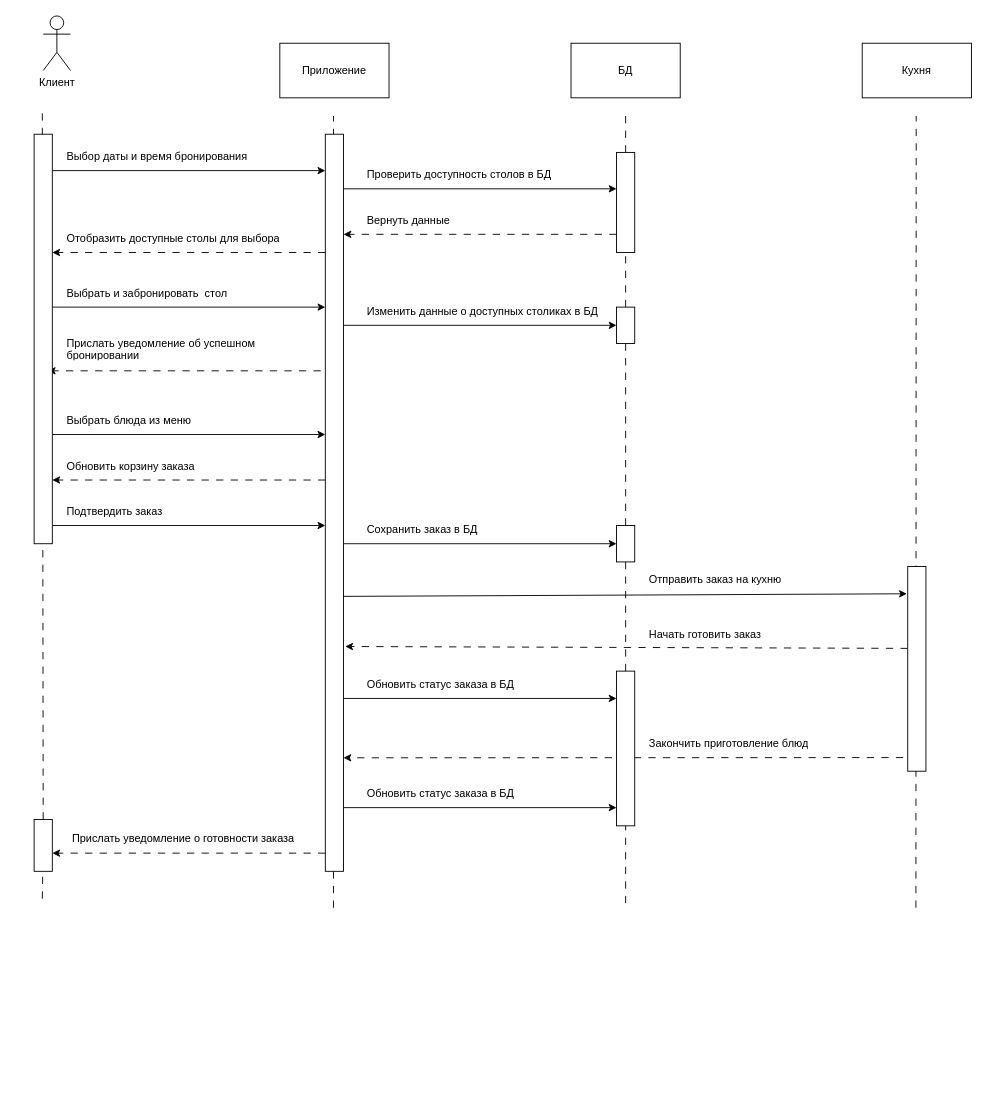
Earlier version of the draw.io diagram Диаграмма последовательности.drawio (kilnis/DS-Projects). Source tidied: cells renumbered, new cells numbered last; positions are measured from the earlier drawing's top-left corner, leaving out a move shared by most shapes. Both pictures are drawn from the tidied source at 91%, with x=0, y=0 at pixel (34, 15).
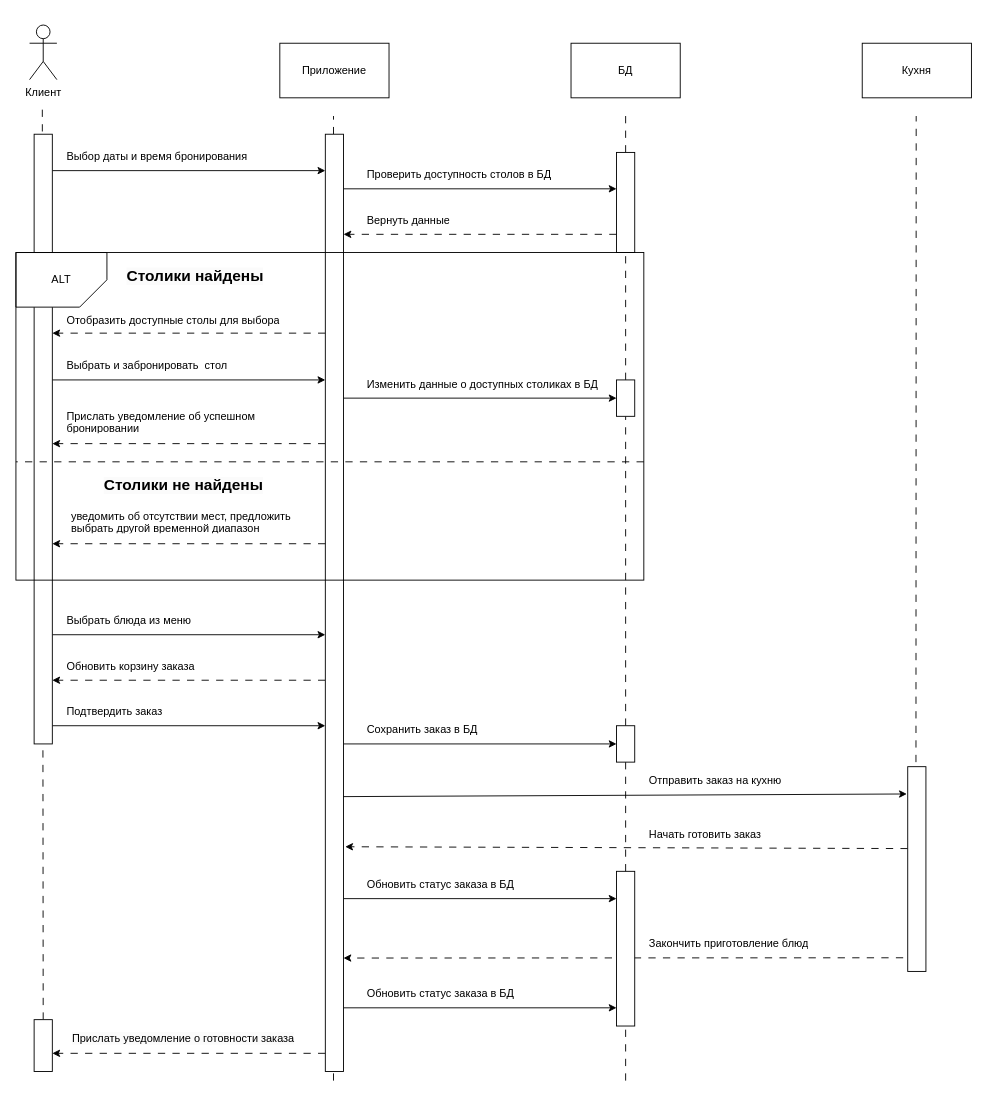
Above is the later version.

Diff of the diagram source:
```diff
@@
     <mxCell id="3" style="endArrow=none;html=1;rounded=0;dashed=1;dashPattern=8 8;" parent="1" edge="1">
       <mxGeometry relative="1" as="geometry">
-        <mxPoint x="329" y="980" as="sourcePoint" />
+        <mxPoint x="329" y="1170" as="sourcePoint" />
         <mxPoint x="329" y="110" as="targetPoint" />
       </mxGeometry>
     </mxCell>
     <mxCell id="4" value="Клиент" style="shape=umlActor;verticalLabelPosition=bottom;verticalAlign=top;html=1;" parent="1" vertex="1">
-      <mxGeometry x="10" width="30" height="60" as="geometry" />
+      <mxGeometry x="-5" y="10" width="30" height="60" as="geometry" />
     </mxCell>
@@
     <mxCell id="14" style="endArrow=classic;html=1;rounded=0;dashed=1;dashPattern=8 8;" parent="1" edge="1">
       <mxGeometry relative="1" as="geometry">
-        <mxPoint x="320" y="260" as="sourcePoint" />
-        <mxPoint x="20" y="260" as="targetPoint" />
+        <mxPoint x="320" y="348.6" as="sourcePoint" />
+        <mxPoint x="20" y="348.6" as="targetPoint" />
       </mxGeometry>
     </mxCell>
     <mxCell id="15" value="Отобразить доступные столы для выбора" style="text;strokeColor=none;fillColor=none;align=left;verticalAlign=middle;spacingLeft=4;spacingRight=4;overflow=hidden;whiteSpace=wrap;html=1;" parent="1" vertex="1">
-      <mxGeometry x="30" y="230" width="270" height="30" as="geometry" />
+      <mxGeometry x="30" y="320" width="270" height="30" as="geometry" />
     </mxCell>
     <mxCell id="16" style="endArrow=classic;html=1;rounded=0;" parent="1" edge="1">
       <mxGeometry relative="1" as="geometry">
-        <mxPoint x="20" y="320" as="sourcePoint" />
-        <mxPoint x="320" y="320" as="targetPoint" />
+        <mxPoint x="20" y="400" as="sourcePoint" />
+        <mxPoint x="320" y="400" as="targetPoint" />
       </mxGeometry>
     </mxCell>
     <mxCell id="17" value="Выбрать и забронировать&amp;nbsp; стол" style="text;strokeColor=none;fillColor=none;align=left;verticalAlign=middle;spacingLeft=4;spacingRight=4;overflow=hidden;whiteSpace=wrap;html=1;" parent="1" vertex="1">
-      <mxGeometry x="30" y="290" width="250" height="30" as="geometry" />
+      <mxGeometry x="30" y="370" width="250" height="30" as="geometry" />
     </mxCell>
     <mxCell id="18" style="endArrow=classic;html=1;rounded=0;" parent="1" edge="1">
       <mxGeometry relative="1" as="geometry">
-        <mxPoint x="340" y="340" as="sourcePoint" />
-        <mxPoint x="640" y="340" as="targetPoint" />
+        <mxPoint x="340" y="420" as="sourcePoint" />
+        <mxPoint x="640" y="420" as="targetPoint" />
       </mxGeometry>
     </mxCell>
     <mxCell id="19" value="Изменить данные о доступных столиках в БД" style="text;strokeColor=none;fillColor=none;align=left;verticalAlign=middle;spacingLeft=4;spacingRight=4;overflow=hidden;whiteSpace=wrap;html=1;" parent="1" vertex="1">
-      <mxGeometry x="360" y="310" width="280" height="30" as="geometry" />
+      <mxGeometry x="360" y="390" width="280" height="30" as="geometry" />
     </mxCell>
     <mxCell id="20" style="endArrow=classic;html=1;rounded=0;dashed=1;dashPattern=8 8;" parent="1" edge="1">
       <mxGeometry relative="1" as="geometry">
-        <mxPoint x="315" y="390" as="sourcePoint" />
-        <mxPoint x="15" y="390" as="targetPoint" />
+        <mxPoint x="320" y="470" as="sourcePoint" />
+        <mxPoint x="20" y="470" as="targetPoint" />
       </mxGeometry>
     </mxCell>
     <mxCell id="21" value="Прислать уведомление об успешном бронировании" style="text;strokeColor=none;fillColor=none;align=left;verticalAlign=middle;spacingLeft=4;spacingRight=4;overflow=hidden;whiteSpace=wrap;html=1;" parent="1" vertex="1">
-      <mxGeometry x="30" y="350" width="280" height="30" as="geometry" />
+      <mxGeometry x="30" y="430" width="280" height="30" as="geometry" />
     </mxCell>
     <mxCell id="22" style="endArrow=classic;html=1;rounded=0;" parent="1" edge="1">
       <mxGeometry relative="1" as="geometry">
-        <mxPoint x="20" y="460" as="sourcePoint" />
-        <mxPoint x="320" y="460" as="targetPoint" />
+        <mxPoint x="20" y="680" as="sourcePoint" />
+        <mxPoint x="320" y="680" as="targetPoint" />
       </mxGeometry>
     </mxCell>
     <mxCell id="23" value="Выбрать блюда из меню" style="text;strokeColor=none;fillColor=none;align=left;verticalAlign=middle;spacingLeft=4;spacingRight=4;overflow=hidden;whiteSpace=wrap;html=1;" parent="1" vertex="1">
-      <mxGeometry x="30" y="430" width="250" height="30" as="geometry" />
+      <mxGeometry x="30" y="650" width="250" height="30" as="geometry" />
     </mxCell>
     <mxCell id="24" style="endArrow=classic;html=1;rounded=0;" parent="1" edge="1">
       <mxGeometry relative="1" as="geometry">
-        <mxPoint x="340" y="580" as="sourcePoint" />
-        <mxPoint x="640" y="580" as="targetPoint" />
+        <mxPoint x="340" y="800" as="sourcePoint" />
+        <mxPoint x="640" y="800" as="targetPoint" />
       </mxGeometry>
     </mxCell>
     <mxCell id="25" value="Обновить корзину заказа" style="text;strokeColor=none;fillColor=none;align=left;verticalAlign=middle;spacingLeft=4;spacingRight=4;overflow=hidden;whiteSpace=wrap;html=1;" parent="1" vertex="1">
-      <mxGeometry x="30" y="480" width="280" height="30" as="geometry" />
+      <mxGeometry x="30" y="700" width="280" height="30" as="geometry" />
     </mxCell>
     <mxCell id="26" value="Подтвердить заказ&amp;nbsp;" style="text;strokeColor=none;fillColor=none;align=left;verticalAlign=middle;spacingLeft=4;spacingRight=4;overflow=hidden;whiteSpace=wrap;html=1;" parent="1" vertex="1">
-      <mxGeometry x="30" y="530" width="250" height="30" as="geometry" />
+      <mxGeometry x="30" y="750" width="250" height="30" as="geometry" />
     </mxCell>
     <mxCell id="27" style="endArrow=classic;html=1;rounded=0;" parent="1" edge="1">
       <mxGeometry relative="1" as="geometry">
-        <mxPoint x="20" y="560" as="sourcePoint" />
-        <mxPoint x="320" y="560" as="targetPoint" />
+        <mxPoint x="20" y="780" as="sourcePoint" />
+        <mxPoint x="320" y="780" as="targetPoint" />
       </mxGeometry>
     </mxCell>
     <mxCell id="28" style="endArrow=classic;html=1;rounded=0;dashed=1;dashPattern=8 8;" parent="1" edge="1">
       <mxGeometry relative="1" as="geometry">
-        <mxPoint x="320" y="510" as="sourcePoint" />
-        <mxPoint x="20" y="510" as="targetPoint" />
+        <mxPoint x="320" y="730" as="sourcePoint" />
+        <mxPoint x="20" y="730" as="targetPoint" />
       </mxGeometry>
     </mxCell>
     <mxCell id="29" value="Сохранить заказ в БД" style="text;strokeColor=none;fillColor=none;align=left;verticalAlign=middle;spacingLeft=4;spacingRight=4;overflow=hidden;whiteSpace=wrap;html=1;" parent="1" vertex="1">
-      <mxGeometry x="360" y="550" width="280" height="30" as="geometry" />
+      <mxGeometry x="360" y="770" width="280" height="30" as="geometry" />
     </mxCell>
@@
     <mxCell id="32" value="Отправить заказ на кухню" style="text;strokeColor=none;fillColor=none;align=left;verticalAlign=middle;spacingLeft=4;spacingRight=4;overflow=hidden;whiteSpace=wrap;html=1;" parent="1" vertex="1">
-      <mxGeometry x="670" y="605" width="280" height="30" as="geometry" />
+      <mxGeometry x="670" y="825" width="280" height="30" as="geometry" />
     </mxCell>
-    <mxCell id="33" style="endArrow=classic;html=1;rounded=0;dashed=1;dashPattern=8 8;entryX=1.096;entryY=0.695;entryDx=0;entryDy=0;entryPerimeter=0;" parent="1" edge="1" target="44">
+    <mxCell id="33" style="endArrow=classic;html=1;rounded=0;dashed=1;dashPattern=8 8;entryX=1.096;entryY=0.695;entryDx=0;entryDy=0;entryPerimeter=0;" parent="1" edge="1">
       <mxGeometry relative="1" as="geometry">
-        <mxPoint x="960" y="695" as="sourcePoint" />
+        <mxPoint x="960" y="915" as="sourcePoint" />
+        <mxPoint x="341.9" y="913" as="targetPoint" />
       </mxGeometry>
     </mxCell>
     <mxCell id="34" value="Начать готовить заказ" style="text;strokeColor=none;fillColor=none;align=left;verticalAlign=middle;spacingLeft=4;spacingRight=4;overflow=hidden;whiteSpace=wrap;html=1;" parent="1" vertex="1">
-      <mxGeometry x="670" y="665" width="280" height="30" as="geometry" />
+      <mxGeometry x="670" y="885" width="280" height="30" as="geometry" />
     </mxCell>
     <mxCell id="35" style="endArrow=classic;html=1;rounded=0;" parent="1" edge="1">
       <mxGeometry relative="1" as="geometry">
-        <mxPoint x="340" y="750" as="sourcePoint" />
-        <mxPoint x="640" y="750" as="targetPoint" />
+        <mxPoint x="340" y="970" as="sourcePoint" />
+        <mxPoint x="640" y="970" as="targetPoint" />
       </mxGeometry>
     </mxCell>
     <mxCell id="36" value="Обновить статус заказа в БД" style="text;strokeColor=none;fillColor=none;align=left;verticalAlign=middle;spacingLeft=4;spacingRight=4;overflow=hidden;whiteSpace=wrap;html=1;" parent="1" vertex="1">
-      <mxGeometry x="360" y="720" width="280" height="30" as="geometry" />
+      <mxGeometry x="360" y="940" width="280" height="30" as="geometry" />
     </mxCell>
     <mxCell id="37" style="endArrow=classic;html=1;rounded=0;dashed=1;dashPattern=8 8;" parent="1" edge="1">
       <mxGeometry relative="1" as="geometry">
-        <mxPoint x="320" y="920" as="sourcePoint" />
-        <mxPoint x="20" y="920" as="targetPoint" />
+        <mxPoint x="320" y="1140" as="sourcePoint" />
+        <mxPoint x="20" y="1140" as="targetPoint" />
       </mxGeometry>
     </mxCell>
-    <mxCell id="38" style="endArrow=classic;html=1;rounded=0;dashed=1;dashPattern=8 8;entryX=1;entryY=0.846;entryDx=0;entryDy=0;entryPerimeter=0;" parent="1" edge="1" target="44">
+    <mxCell id="38" style="endArrow=classic;html=1;rounded=0;dashed=1;dashPattern=8 8;entryX=1;entryY=0.846;entryDx=0;entryDy=0;entryPerimeter=0;" parent="1" edge="1">
       <mxGeometry relative="1" as="geometry">
-        <mxPoint x="955" y="815" as="sourcePoint" />
+        <mxPoint x="955" y="1035" as="sourcePoint" />
+        <mxPoint x="340" y="1035.3" as="targetPoint" />
       </mxGeometry>
     </mxCell>
     <mxCell id="39" value="Закончить приготовление блюд" style="text;strokeColor=none;fillColor=none;align=left;verticalAlign=middle;spacingLeft=4;spacingRight=4;overflow=hidden;whiteSpace=wrap;html=1;" parent="1" vertex="1">
-      <mxGeometry x="670" y="785" width="280" height="30" as="geometry" />
+      <mxGeometry x="670" y="1005" width="280" height="30" as="geometry" />
     </mxCell>
     <mxCell id="40" style="endArrow=classic;html=1;rounded=0;" parent="1" edge="1">
       <mxGeometry relative="1" as="geometry">
-        <mxPoint x="340" y="870" as="sourcePoint" />
-        <mxPoint x="640" y="870" as="targetPoint" />
+        <mxPoint x="340" y="1090" as="sourcePoint" />
+        <mxPoint x="640" y="1090" as="targetPoint" />
       </mxGeometry>
     </mxCell>
     <mxCell id="41" value="Обновить статус заказа в БД" style="text;strokeColor=none;fillColor=none;align=left;verticalAlign=middle;spacingLeft=4;spacingRight=4;overflow=hidden;whiteSpace=wrap;html=1;" parent="1" vertex="1">
-      <mxGeometry x="360" y="840" width="280" height="30" as="geometry" />
+      <mxGeometry x="360" y="1060" width="280" height="30" as="geometry" />
     </mxCell>
     <mxCell id="42" value="&lt;span style=&quot;color: rgb(0, 0, 0); font-family: Helvetica; font-size: 12px; font-style: normal; font-variant-ligatures: normal; font-variant-caps: normal; font-weight: 400; letter-spacing: normal; orphans: 2; text-align: left; text-indent: 0px; text-transform: none; widows: 2; word-spacing: 0px; -webkit-text-stroke-width: 0px; white-space: normal; background-color: rgb(251, 251, 251); text-decoration-thickness: initial; text-decoration-style: initial; text-decoration-color: initial; display: inline !important; float: none;&quot;&gt;Прислать уведомление о готовности заказа&lt;/span&gt;" style="text;whiteSpace=wrap;html=1;" parent="1" vertex="1">
-      <mxGeometry x="40" y="890" width="320" height="30" as="geometry" />
+      <mxGeometry x="40" y="1110" width="320" height="30" as="geometry" />
     </mxCell>
     <mxCell id="43" style="rounded=0;whiteSpace=wrap;html=1;" parent="1" vertex="1">
-      <mxGeometry y="130" width="20" height="450" as="geometry" />
+      <mxGeometry y="130" width="20" height="670" as="geometry" />
     </mxCell>
     <mxCell id="44" style="rounded=0;whiteSpace=wrap;html=1;" parent="1" vertex="1">
-      <mxGeometry x="320" y="130" width="20" height="810" as="geometry" />
+      <mxGeometry x="320" y="130" width="20" height="1030" as="geometry" />
     </mxCell>
@@
     <mxCell id="47" style="endArrow=none;html=1;rounded=0;dashed=1;dashPattern=8 8;" parent="1" edge="1" target="48">
       <mxGeometry relative="1" as="geometry">
-        <mxPoint x="650" y="975" as="sourcePoint" />
+        <mxPoint x="650" y="1170" as="sourcePoint" />
       </mxGeometry>
     </mxCell>
     <mxCell id="48" style="rounded=0;whiteSpace=wrap;html=1;" parent="1" vertex="1">
-      <mxGeometry x="640" y="720" width="20" height="170" as="geometry" />
+      <mxGeometry x="640" y="940" width="20" height="170" as="geometry" />
     </mxCell>
     <mxCell id="49" style="rounded=0;whiteSpace=wrap;html=1;" parent="1" vertex="1">
-      <mxGeometry x="960" y="605" width="20" height="225" as="geometry" />
+      <mxGeometry x="960" y="825" width="20" height="225" as="geometry" />
     </mxCell>
-    <mxCell id="50" style="endArrow=classic;html=1;rounded=0;exitX=0.973;exitY=0.627;exitDx=0;exitDy=0;exitPerimeter=0;" parent="1" edge="1" source="44">
+    <mxCell id="50" style="endArrow=classic;html=1;rounded=0;exitX=0.973;exitY=0.627;exitDx=0;exitDy=0;exitPerimeter=0;" parent="1" edge="1">
       <mxGeometry relative="1" as="geometry">
-        <mxPoint x="959" y="635" as="targetPoint" />
+        <mxPoint x="339.5" y="857.9" as="sourcePoint" />
+        <mxPoint x="959" y="855" as="targetPoint" />
       </mxGeometry>
     </mxCell>
     <mxCell id="51" style="endArrow=none;html=1;rounded=0;dashed=1;dashPattern=8 8;" parent="1" edge="1" target="52">
       <mxGeometry relative="1" as="geometry">
-        <mxPoint x="9" y="970" as="sourcePoint" />
+        <mxPoint x="9" y="1120" as="sourcePoint" />
       </mxGeometry>
     </mxCell>
     <mxCell id="52" style="rounded=0;whiteSpace=wrap;html=1;" parent="1" vertex="1">
-      <mxGeometry y="883" width="20" height="57" as="geometry" />
+      <mxGeometry y="1103" width="20" height="57" as="geometry" />
     </mxCell>
@@
     <mxCell id="54" style="rounded=0;whiteSpace=wrap;html=1;" parent="1" vertex="1">
-      <mxGeometry x="640" y="320" width="20" height="40" as="geometry" />
+      <mxGeometry x="640" y="400" width="20" height="40" as="geometry" />
     </mxCell>
@@
     <mxCell id="56" style="rounded=0;whiteSpace=wrap;html=1;" parent="1" vertex="1">
-      <mxGeometry x="640" y="560" width="20" height="40" as="geometry" />
+      <mxGeometry x="640" y="780" width="20" height="40" as="geometry" />
     </mxCell>
+    <mxCell id="57" value="ALT" style="shape=card;whiteSpace=wrap;html=1;direction=south;flipV=1;fillColor=#FFFFFF;" parent="1" vertex="1">
+      <mxGeometry x="-20" y="260" width="100" height="60" as="geometry" />
+    </mxCell>
+    <mxCell id="58" value="&lt;b style=&quot;forced-color-adjust: none; color: rgb(0, 0, 0); font-family: Helvetica; font-size: 17px; font-style: normal; font-variant-ligatures: normal; font-variant-caps: normal; letter-spacing: normal; orphans: 2; text-align: left; text-indent: 0px; text-transform: none; widows: 2; word-spacing: 0px; -webkit-text-stroke-width: 0px; white-space: normal; background-color: rgb(251, 251, 251); text-decoration-thickness: initial; text-decoration-style: initial; text-decoration-color: initial;&quot;&gt;Столики найдены&lt;/b&gt;" style="text;whiteSpace=wrap;html=1;" parent="1" vertex="1">
+      <mxGeometry x="100" y="270" width="180" height="40" as="geometry" />
+    </mxCell>
+    <mxCell id="59" style="endArrow=none;html=1;rounded=0;dashed=1;dashPattern=8 8;endFill=0;" parent="1" edge="1">
+      <mxGeometry relative="1" as="geometry">
+        <mxPoint x="670" y="490" as="sourcePoint" />
+        <mxPoint x="-20" y="490" as="targetPoint" />
+      </mxGeometry>
+    </mxCell>
+    <mxCell id="60" value="&lt;b style=&quot;forced-color-adjust: none; color: rgb(0, 0, 0); font-family: Helvetica; font-size: 17px; font-style: normal; font-variant-ligatures: normal; font-variant-caps: normal; letter-spacing: normal; orphans: 2; text-align: left; text-indent: 0px; text-transform: none; widows: 2; word-spacing: 0px; -webkit-text-stroke-width: 0px; white-space: normal; background-color: rgb(251, 251, 251); text-decoration-thickness: initial; text-decoration-style: initial; text-decoration-color: initial;&quot;&gt;Столики не найдены&lt;/b&gt;" style="text;whiteSpace=wrap;html=1;" parent="1" vertex="1">
+      <mxGeometry x="75" y="500" width="180" height="40" as="geometry" />
+    </mxCell>
+    <mxCell id="61" value="уведомить об отсутствии мест, предложить выбрать другой временной диапазон" style="text;strokeColor=none;fillColor=none;align=left;verticalAlign=middle;spacingLeft=4;spacingRight=4;overflow=hidden;whiteSpace=wrap;html=1;" parent="1" vertex="1">
+      <mxGeometry x="35" y="540" width="270" height="30" as="geometry" />
+    </mxCell>
+    <mxCell id="62" style="endArrow=classic;html=1;rounded=0;dashed=1;dashPattern=8 8;" parent="1" edge="1">
+      <mxGeometry relative="1" as="geometry">
+        <mxPoint x="320" y="580" as="sourcePoint" />
+        <mxPoint x="20" y="580" as="targetPoint" />
+      </mxGeometry>
+    </mxCell>
+    <mxCell id="63" style="rounded=0;whiteSpace=wrap;html=1;fillColor=none;align=left;" parent="1" vertex="1">
+      <mxGeometry x="-20" y="260" width="690" height="360" as="geometry" />
+    </mxCell>
```
